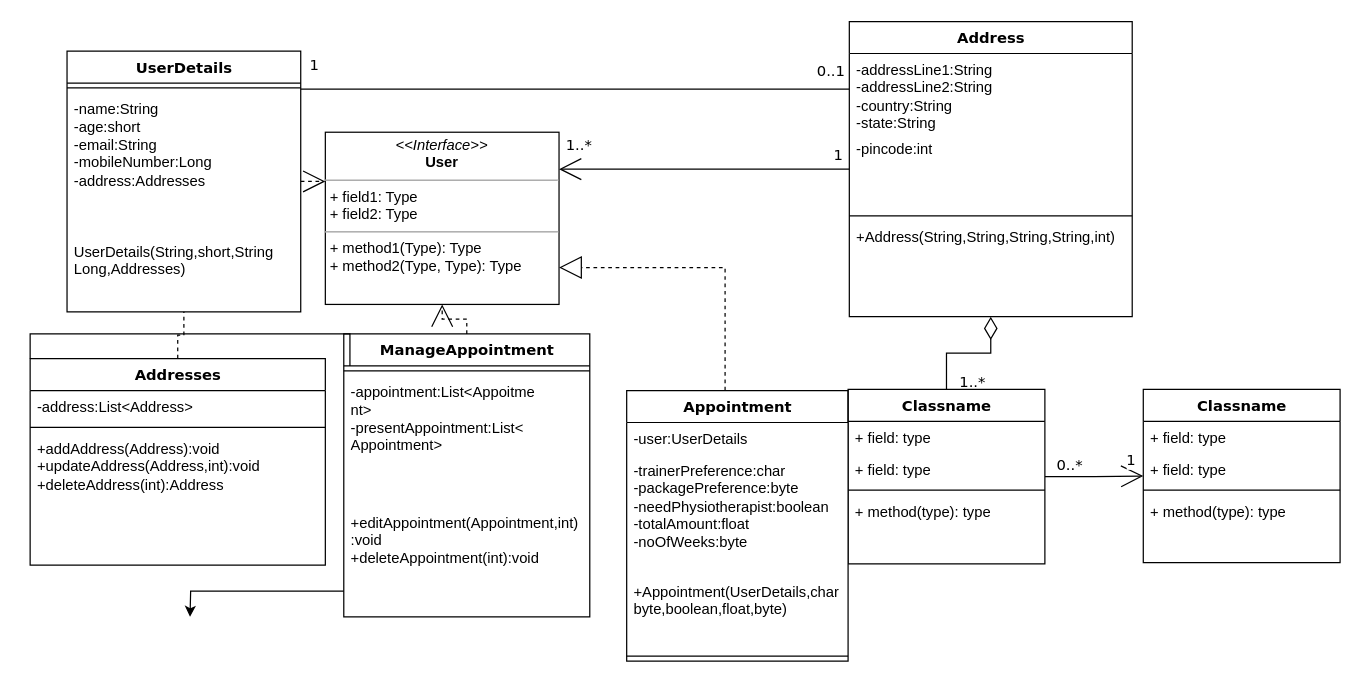
amitkumar-29/java-practice keeps this draw.io diagram as Untitled Diagram.drawio. Above is the earlier version. Source tidied: cells renumbered, new cells numbered last; positions are measured from the earlier drawing's top-left corner, leaving out a move shared by most shapes. Both pictures are drawn from the tidied source at 123%, with x=0, y=0 at pixel (30, 21).
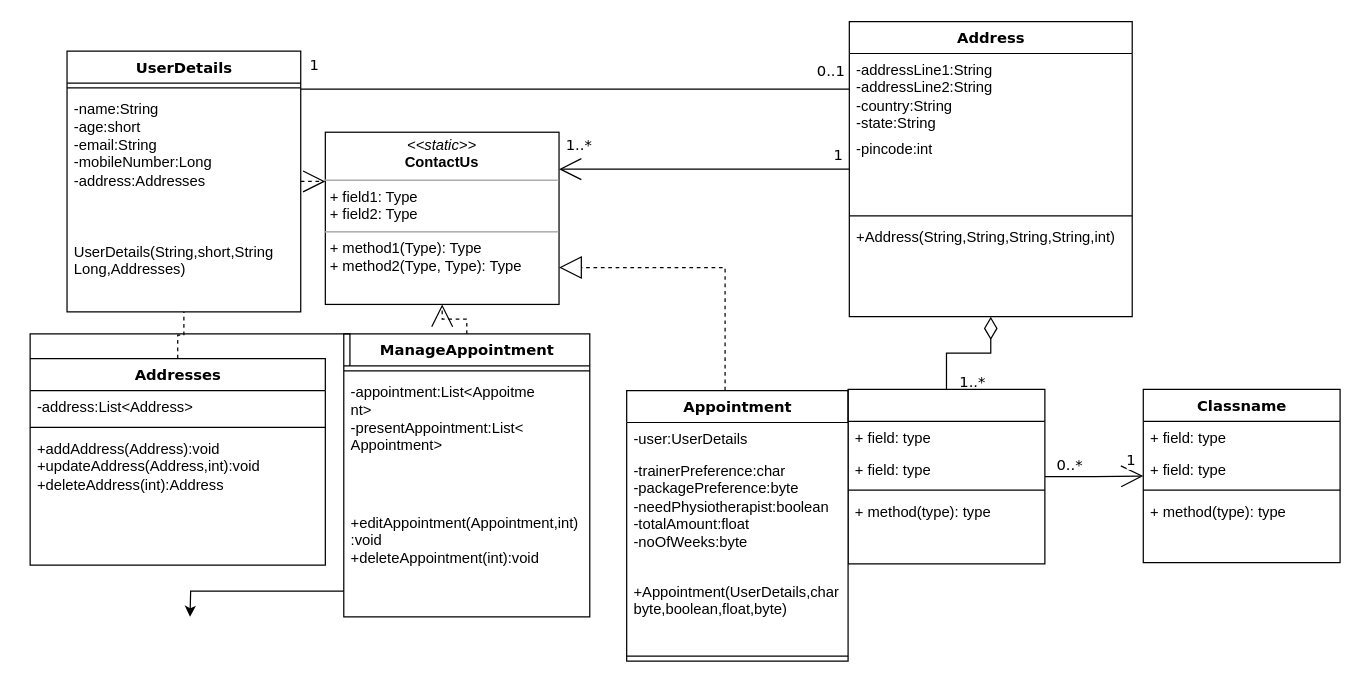
The same page after the edit.

Change to the diagram source:
```diff
@@
-    <mxCell id="29" value="Classname" style="swimlane;html=1;fontStyle=1;align=center;verticalAlign=top;horizontal=1;startSize=26;swimlaneFillColor=#ffffff;rounded=0;shadow=0;comic=0;labelBackgroundColor=none;strokeWidth=1;fillColor=none;fontFamily=Verdana;fontSize=12;" parent="1" vertex="1">
+    <mxCell id="29" style="swimlane;html=1;fontStyle=1;align=center;verticalAlign=top;horizontal=1;startSize=26;swimlaneFillColor=#ffffff;rounded=0;shadow=0;comic=0;labelBackgroundColor=none;strokeWidth=1;fillColor=none;fontFamily=Verdana;fontSize=12;" parent="1" vertex="1">
       <mxGeometry x="665" y="299" width="160" height="142" as="geometry" />
     </mxCell>
@@
-    <mxCell id="45" value="&lt;p style=&quot;margin: 0px ; margin-top: 4px ; text-align: center&quot;&gt;&lt;i&gt;&amp;lt;&amp;lt;Interface&amp;gt;&amp;gt;&lt;/i&gt;&lt;br&gt;&lt;b&gt;User&lt;/b&gt;&lt;/p&gt;&lt;hr size=&quot;1&quot;&gt;&lt;p style=&quot;margin: 0px ; margin-left: 4px&quot;&gt;+ field1: Type&lt;br&gt;+ field2: Type&lt;/p&gt;&lt;hr size=&quot;1&quot;&gt;&lt;p style=&quot;margin: 0px ; margin-left: 4px&quot;&gt;+ method1(Type): Type&lt;br&gt;+ method2(Type, Type): Type&lt;/p&gt;" style="verticalAlign=top;align=left;overflow=fill;fontSize=12;fontFamily=Helvetica;html=1;rounded=0;shadow=0;comic=0;labelBackgroundColor=none;strokeWidth=1;" parent="1" vertex="1">
+    <mxCell id="45" value="&lt;p style=&quot;margin: 0px ; margin-top: 4px ; text-align: center&quot;&gt;&lt;i&gt;&amp;lt;&amp;lt;static&amp;gt;&amp;gt;&lt;/i&gt;&lt;br&gt;&lt;b&gt;ContactUs&lt;/b&gt;&lt;/p&gt;&lt;hr size=&quot;1&quot;&gt;&lt;p style=&quot;margin: 0px ; margin-left: 4px&quot;&gt;+ field1: Type&lt;br&gt;+ field2: Type&lt;/p&gt;&lt;hr size=&quot;1&quot;&gt;&lt;p style=&quot;margin: 0px ; margin-left: 4px&quot;&gt;+ method1(Type): Type&lt;br&gt;+ method2(Type, Type): Type&lt;/p&gt;" style="verticalAlign=top;align=left;overflow=fill;fontSize=12;fontFamily=Helvetica;html=1;rounded=0;shadow=0;comic=0;labelBackgroundColor=none;strokeWidth=1;" parent="1" vertex="1">
       <mxGeometry x="240" y="90" width="190" height="140" as="geometry" />
     </mxCell>
```
